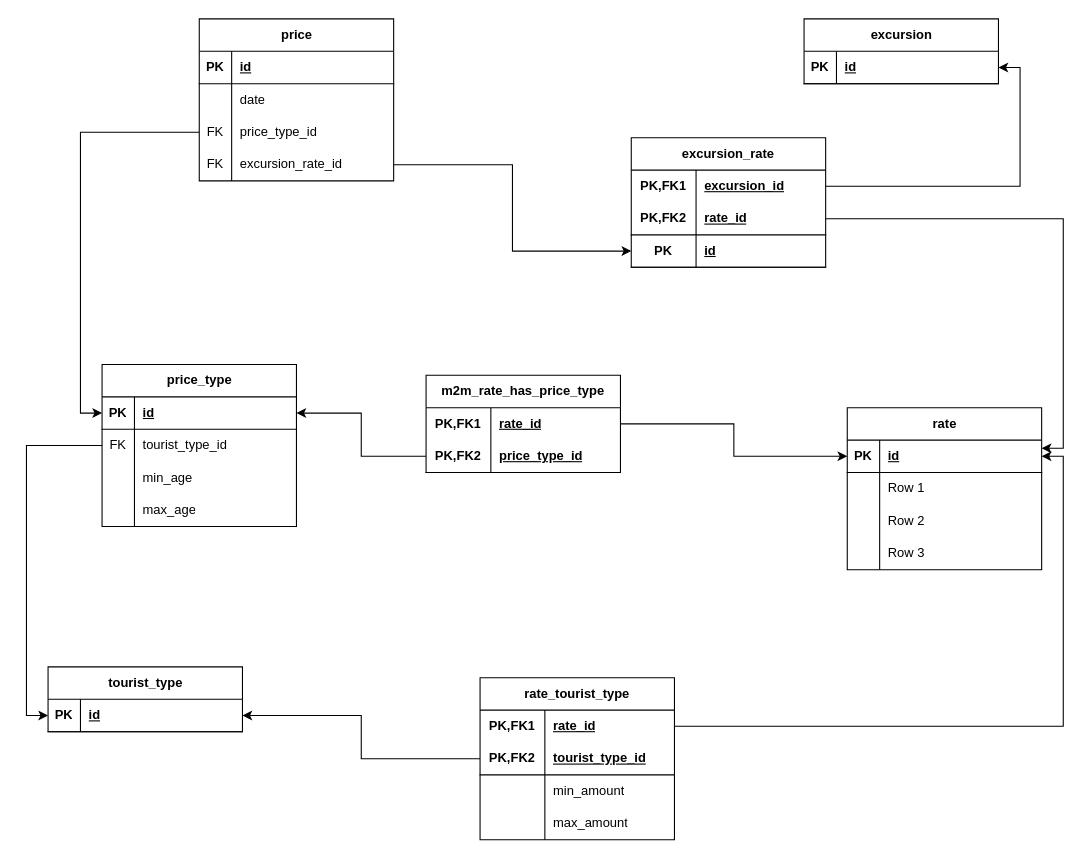
Above: include/Untitled Diagram.drawio in IlyaSubtilnyj/2KNIGHTS (draw.io), before the change. Source tidied: cells renumbered, new cells numbered last; positions are measured from the earlier drawing's top-left corner, leaving out a move shared by most shapes. Both pictures are drawn from the tidied source at 108%, with x=0, y=0 at pixel (48, 18).
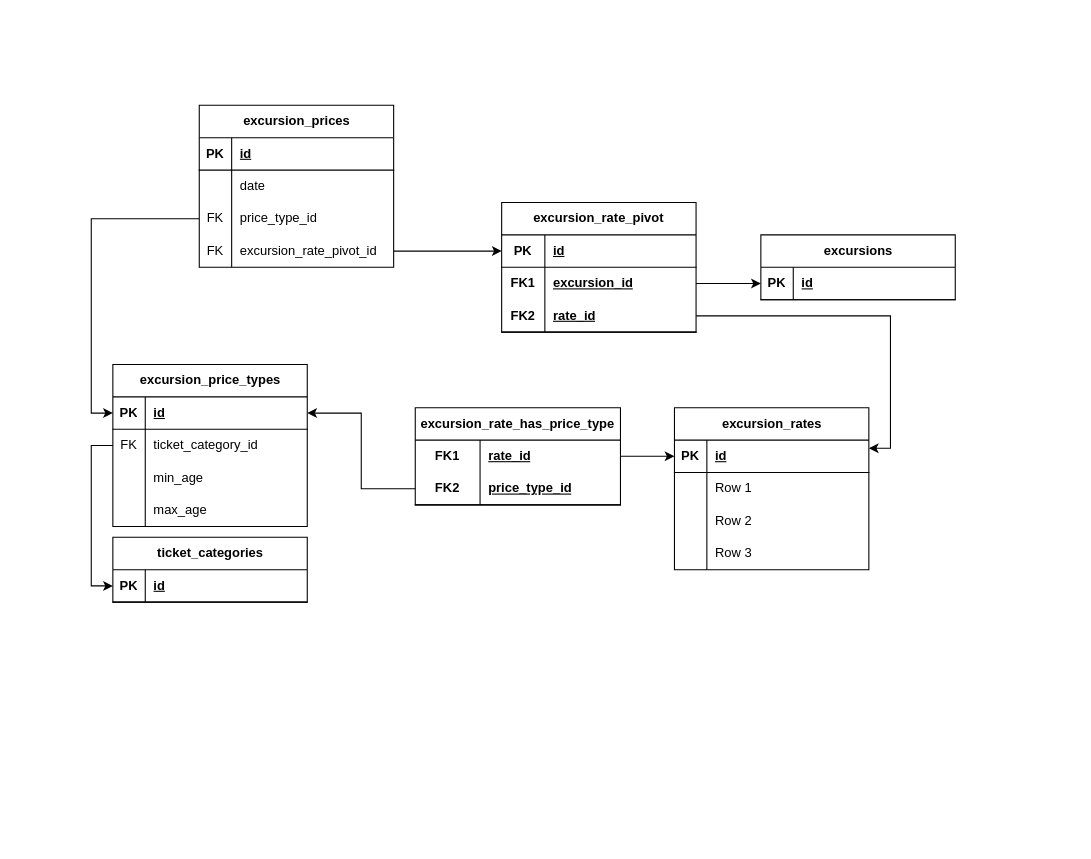
The same page after the edit.

The change refers to these unchanged cells:
```xml
<mxCell id="3" style="shape=tableRow;horizontal=0;startSize=0;swimlaneHead=0;swimlaneBody=0;fillColor=none;points=[[0,0.5],[1,0.5]];portConstraint=eastwest;top=0;left=0;right=0;bottom=1;" parent="2" vertex="1">
  <mxGeometry y="30" width="180" height="30" as="geometry" />
</mxCell>
<mxCell id="10" style="shape=tableRow;horizontal=0;startSize=0;swimlaneHead=0;swimlaneBody=0;fillColor=none;points=[[0,0.5],[1,0.5]];portConstraint=eastwest;top=0;left=0;right=0;bottom=0;" parent="6" vertex="1">
  <mxGeometry y="60" width="180" height="30" as="geometry" />
</mxCell>
<mxCell id="20" style="shape=tableRow;horizontal=0;startSize=0;swimlaneHead=0;swimlaneBody=0;fillColor=none;points=[[0,0.5],[1,0.5]];portConstraint=eastwest;top=0;left=0;right=0;bottom=1;" parent="19" vertex="1">
  <mxGeometry y="30" width="180" height="30" as="geometry" />
</mxCell>
<mxCell id="58" style="shape=tableRow;horizontal=0;startSize=0;swimlaneHead=0;swimlaneBody=0;fillColor=none;points=[[0,0.5],[1,0.5]];portConstraint=eastwest;top=0;left=0;right=0;bottom=1;" parent="57" vertex="1">
  <mxGeometry y="30" width="180" height="30" as="geometry" />
</mxCell>
<mxCell id="71" style="shape=tableRow;horizontal=0;startSize=0;swimlaneHead=0;swimlaneBody=0;fillColor=none;points=[[0,0.5],[1,0.5]];portConstraint=eastwest;top=0;left=0;right=0;bottom=0;" parent="61" vertex="1">
  <mxGeometry y="120" width="180" height="30" as="geometry" />
</mxCell>
```

Change to the diagram source:
```diff
@@
-    <mxCell id="2" value="tourist_type" style="shape=table;startSize=30;childLayout=tableLayout;rowLines=0;fontStyle=1;align=center;html=1;" parent="1" vertex="1">
-      <mxGeometry y="600" width="180" height="60" as="geometry" />
+    <mxCell id="2" value="ticket_categories" style="shape=table;startSize=30;childLayout=tableLayout;rowLines=0;fontStyle=1;align=center;html=1;" parent="1" vertex="1">
+      <mxGeometry x="60" y="480" width="180" height="60" as="geometry" />
     </mxCell>
@@
-    <mxCell id="6" value="price_type" style="shape=table;startSize=30;childLayout=tableLayout;rowLines=0;fontStyle=1;align=center;html=1;" parent="1" vertex="1">
-      <mxGeometry x="50" y="320" width="180" height="150" as="geometry" />
+    <mxCell id="6" value="excursion_price_types" style="shape=table;startSize=30;childLayout=tableLayout;rowLines=0;fontStyle=1;align=center;html=1;" parent="1" vertex="1">
+      <mxGeometry x="60" y="320" width="180" height="150" as="geometry" />
     </mxCell>
@@
-    <mxCell id="12" value="tourist_type_id" style="shape=partialRectangle;fillColor=none;top=0;left=0;bottom=0;right=0;align=left;spacingLeft=6;overflow=hidden;whiteSpace=wrap;html=1;" parent="10" vertex="1">
+    <mxCell id="12" value="ticket_category_id" style="shape=partialRectangle;fillColor=none;top=0;left=0;bottom=0;right=0;align=left;spacingLeft=6;overflow=hidden;whiteSpace=wrap;html=1;" parent="10" vertex="1">
       <mxGeometry x="30" width="150" height="30" as="geometry" />
     </mxCell>
@@
-    <mxCell id="19" value="rate" style="shape=table;startSize=30;childLayout=tableLayout;rowLines=0;fontStyle=1;align=center;html=1;" parent="1" vertex="1">
-      <mxGeometry x="740" y="360" width="180" height="150" as="geometry" />
+    <mxCell id="19" value="excursion_rates" style="shape=table;startSize=30;childLayout=tableLayout;rowLines=0;fontStyle=1;align=center;html=1;" parent="1" vertex="1">
+      <mxGeometry x="580" y="360" width="180" height="150" as="geometry" />
     </mxCell>
@@
-    <mxCell id="33" value="m2m_rate_has_price_type" style="shape=table;startSize=30;childLayout=tableLayout;rowLines=0;fontStyle=1;align=center;html=1;whiteSpace=wrap;" parent="1" vertex="1">
-      <mxGeometry x="350" y="330" width="180" height="90" as="geometry" />
+    <mxCell id="33" value="excursion_rate_has_price_type" style="shape=table;startSize=30;childLayout=tableLayout;rowLines=0;fontStyle=1;align=center;html=1;whiteSpace=wrap;" parent="1" vertex="1">
+      <mxGeometry x="340" y="360" width="190" height="90" as="geometry" />
     </mxCell>
     <mxCell id="34" style="shape=tableRow;horizontal=0;startSize=0;swimlaneHead=0;swimlaneBody=0;fillColor=none;points=[[0,0.5],[1,0.5]];portConstraint=eastwest;top=0;left=0;right=0;bottom=0;html=1;" parent="33" vertex="1">
-      <mxGeometry y="30" width="180" height="30" as="geometry" />
+      <mxGeometry y="30" width="190" height="30" as="geometry" />
     </mxCell>
-    <mxCell id="35" value="PK,FK1" style="shape=partialRectangle;fillColor=none;top=0;left=0;bottom=0;right=0;fontStyle=1;overflow=hidden;html=1;whiteSpace=wrap;" parent="34" vertex="1">
+    <mxCell id="35" value="FK1" style="shape=partialRectangle;fillColor=none;top=0;left=0;bottom=0;right=0;fontStyle=1;overflow=hidden;html=1;whiteSpace=wrap;" parent="34" vertex="1">
       <mxGeometry width="60" height="30" as="geometry" />
     </mxCell>
     <mxCell id="36" value="rate_id" style="shape=partialRectangle;fillColor=none;top=0;left=0;bottom=0;right=0;align=left;spacingLeft=6;fontStyle=5;overflow=hidden;html=1;whiteSpace=wrap;" parent="34" vertex="1">
-      <mxGeometry x="60" width="120" height="30" as="geometry" />
+      <mxGeometry x="60" width="130" height="30" as="geometry" />
     </mxCell>
     <mxCell id="37" style="shape=tableRow;horizontal=0;startSize=0;swimlaneHead=0;swimlaneBody=0;fillColor=none;points=[[0,0.5],[1,0.5]];portConstraint=eastwest;top=0;left=0;right=0;bottom=1;html=1;" parent="33" vertex="1">
-      <mxGeometry y="60" width="180" height="30" as="geometry" />
+      <mxGeometry y="60" width="190" height="30" as="geometry" />
     </mxCell>
-    <mxCell id="38" value="PK,FK2" style="shape=partialRectangle;fillColor=none;top=0;left=0;bottom=0;right=0;fontStyle=1;overflow=hidden;html=1;whiteSpace=wrap;" parent="37" vertex="1">
+    <mxCell id="38" value="FK2" style="shape=partialRectangle;fillColor=none;top=0;left=0;bottom=0;right=0;fontStyle=1;overflow=hidden;html=1;whiteSpace=wrap;" parent="37" vertex="1">
       <mxGeometry width="60" height="30" as="geometry" />
     </mxCell>
     <mxCell id="39" value="price_type_id" style="shape=partialRectangle;fillColor=none;top=0;left=0;bottom=0;right=0;align=left;spacingLeft=6;fontStyle=5;overflow=hidden;html=1;whiteSpace=wrap;" parent="37" vertex="1">
-      <mxGeometry x="60" width="120" height="30" as="geometry" />
+      <mxGeometry x="60" width="130" height="30" as="geometry" />
     </mxCell>
@@
-    <mxCell id="42" value="rate_tourist_type" style="shape=table;startSize=30;childLayout=tableLayout;rowLines=0;fontStyle=1;align=center;html=1;whiteSpace=wrap;" parent="1" vertex="1">
-      <mxGeometry x="400" y="610" width="180" height="150" as="geometry" />
-    </mxCell>
-    <mxCell id="43" style="shape=tableRow;horizontal=0;startSize=0;swimlaneHead=0;swimlaneBody=0;fillColor=none;points=[[0,0.5],[1,0.5]];portConstraint=eastwest;top=0;left=0;right=0;bottom=0;html=1;" parent="42" vertex="1">
-      <mxGeometry y="30" width="180" height="30" as="geometry" />
-    </mxCell>
-    <mxCell id="44" value="PK,FK1" style="shape=partialRectangle;fillColor=none;top=0;left=0;bottom=0;right=0;fontStyle=1;overflow=hidden;html=1;whiteSpace=wrap;" parent="43" vertex="1">
-      <mxGeometry width="60" height="30" as="geometry" />
-    </mxCell>
-    <mxCell id="45" value="rate_id" style="shape=partialRectangle;fillColor=none;top=0;left=0;bottom=0;right=0;align=left;spacingLeft=6;fontStyle=5;overflow=hidden;html=1;whiteSpace=wrap;" parent="43" vertex="1">
-      <mxGeometry x="60" width="120" height="30" as="geometry" />
-    </mxCell>
-    <mxCell id="46" style="shape=tableRow;horizontal=0;startSize=0;swimlaneHead=0;swimlaneBody=0;fillColor=none;points=[[0,0.5],[1,0.5]];portConstraint=eastwest;top=0;left=0;right=0;bottom=1;html=1;" parent="42" vertex="1">
-      <mxGeometry y="60" width="180" height="30" as="geometry" />
-    </mxCell>
-    <mxCell id="47" value="PK,FK2" style="shape=partialRectangle;fillColor=none;top=0;left=0;bottom=0;right=0;fontStyle=1;overflow=hidden;html=1;whiteSpace=wrap;" parent="46" vertex="1">
-      <mxGeometry width="60" height="30" as="geometry" />
-    </mxCell>
-    <mxCell id="48" value="tourist_type_id" style="shape=partialRectangle;fillColor=none;top=0;left=0;bottom=0;right=0;align=left;spacingLeft=6;fontStyle=5;overflow=hidden;html=1;whiteSpace=wrap;" parent="46" vertex="1">
-      <mxGeometry x="60" width="120" height="30" as="geometry" />
-    </mxCell>
-    <mxCell id="49" style="shape=tableRow;horizontal=0;startSize=0;swimlaneHead=0;swimlaneBody=0;fillColor=none;top=0;left=0;right=0;bottom=0;html=1;" parent="42" vertex="1">
-      <mxGeometry y="90" width="180" height="30" as="geometry" />
-    </mxCell>
-    <mxCell id="50" style="shape=partialRectangle;fillColor=none;top=0;left=0;bottom=0;right=0;overflow=hidden;html=1;whiteSpace=wrap;" parent="49" vertex="1">
-      <mxGeometry width="60" height="30" as="geometry" />
-    </mxCell>
-    <mxCell id="51" value="min_amount" style="shape=partialRectangle;fillColor=none;top=0;left=0;bottom=0;right=0;align=left;spacingLeft=6;overflow=hidden;html=1;whiteSpace=wrap;" parent="49" vertex="1">
-      <mxGeometry x="60" width="120" height="30" as="geometry" />
-    </mxCell>
-    <mxCell id="52" style="shape=tableRow;horizontal=0;startSize=0;swimlaneHead=0;swimlaneBody=0;fillColor=none;top=0;left=0;right=0;bottom=0;html=1;" parent="42" vertex="1">
-      <mxGeometry y="120" width="180" height="30" as="geometry" />
-    </mxCell>
-    <mxCell id="53" style="shape=partialRectangle;fillColor=none;top=0;left=0;bottom=0;right=0;overflow=hidden;html=1;whiteSpace=wrap;" parent="52" vertex="1">
-      <mxGeometry width="60" height="30" as="geometry" />
-    </mxCell>
-    <mxCell id="54" value="max_amount" style="shape=partialRectangle;fillColor=none;top=0;left=0;bottom=0;right=0;align=left;spacingLeft=6;overflow=hidden;html=1;whiteSpace=wrap;" parent="52" vertex="1">
-      <mxGeometry x="60" width="120" height="30" as="geometry" />
-    </mxCell>
-    <mxCell id="55" style="edgeStyle=orthogonalEdgeStyle;rounded=0;jettySize=auto;html=1;exitX=0;exitY=0.5;exitDx=0;exitDy=0;entryX=1;entryY=0.5;entryDx=0;entryDy=0;" parent="1" edge="1" source="46" target="3">
-      <mxGeometry relative="1" as="geometry" />
-    </mxCell>
-    <mxCell id="56" style="edgeStyle=orthogonalEdgeStyle;rounded=0;jettySize=auto;html=1;exitX=1;exitY=0.5;exitDx=0;exitDy=0;entryX=1;entryY=0.5;entryDx=0;entryDy=0;" parent="1" edge="1" source="43" target="20">
-      <mxGeometry relative="1" as="geometry" />
-    </mxCell>
-    <mxCell id="57" value="excursion" style="shape=table;startSize=30;childLayout=tableLayout;rowLines=0;fontStyle=1;align=center;html=1;" parent="1" vertex="1">
-      <mxGeometry x="700" width="180" height="60" as="geometry" />
+    <mxCell id="57" value="excursions" style="shape=table;startSize=30;childLayout=tableLayout;rowLines=0;fontStyle=1;align=center;html=1;" parent="1" vertex="1">
+      <mxGeometry x="660" y="200" width="180" height="60" as="geometry" />
     </mxCell>
@@
-    <mxCell id="61" value="price" style="shape=table;startSize=30;childLayout=tableLayout;rowLines=0;fontStyle=1;align=center;html=1;" parent="1" vertex="1">
-      <mxGeometry x="140" width="180" height="150" as="geometry" />
+    <mxCell id="61" value="excursion_prices" style="shape=table;startSize=30;childLayout=tableLayout;rowLines=0;fontStyle=1;align=center;html=1;" parent="1" vertex="1">
+      <mxGeometry x="140" y="80" width="180" height="150" as="geometry" />
     </mxCell>
@@
-    <mxCell id="73" value="excursion_rate_id" style="shape=partialRectangle;fillColor=none;top=0;left=0;bottom=0;right=0;align=left;spacingLeft=6;overflow=hidden;whiteSpace=wrap;html=1;" parent="71" vertex="1">
+    <mxCell id="73" value="excursion_rate_pivot_id" style="shape=partialRectangle;fillColor=none;top=0;left=0;bottom=0;right=0;align=left;spacingLeft=6;overflow=hidden;whiteSpace=wrap;html=1;" parent="71" vertex="1">
       <mxGeometry x="30" width="150" height="30" as="geometry" />
     </mxCell>
-    <mxCell id="74" style="edgeStyle=orthogonalEdgeStyle;rounded=0;jettySize=auto;html=1;exitX=1;exitY=0.5;exitDx=0;exitDy=0;entryX=1;entryY=0.75;entryDx=0;entryDy=0;" parent="1" edge="1" source="76" target="57">
+    <mxCell id="74" style="edgeStyle=orthogonalEdgeStyle;rounded=0;jettySize=auto;html=1;exitX=1;exitY=0.5;exitDx=0;exitDy=0;entryX=0;entryY=0.5;entryDx=0;entryDy=0;" parent="1" edge="1" source="76" target="58">
       <mxGeometry relative="1" as="geometry" />
     </mxCell>
-    <mxCell id="75" value="excursion_rate" style="shape=table;startSize=30;childLayout=tableLayout;rowLines=0;fontStyle=1;align=center;html=1;whiteSpace=wrap;" parent="1" vertex="1">
-      <mxGeometry x="540" y="110" width="180" height="120" as="geometry" />
+    <mxCell id="75" value="excursion_rate_pivot" style="shape=table;startSize=30;childLayout=tableLayout;rowLines=0;fontStyle=1;align=center;html=1;whiteSpace=wrap;" parent="1" vertex="1">
+      <mxGeometry x="420" y="170" width="180" height="120" as="geometry" />
     </mxCell>
+    <mxCell id="82" style="shape=tableRow;horizontal=0;startSize=0;swimlaneHead=0;swimlaneBody=0;fillColor=none;points=[[0,0.5],[1,0.5]];portConstraint=eastwest;top=0;left=0;right=0;bottom=1;html=1;" parent="75" vertex="1">
+      <mxGeometry y="30" width="180" height="30" as="geometry" />
+    </mxCell>
+    <mxCell id="83" value="PK" style="shape=partialRectangle;fillColor=none;top=0;left=0;bottom=0;right=0;fontStyle=1;overflow=hidden;html=1;whiteSpace=wrap;" parent="82" vertex="1">
+      <mxGeometry width="40" height="30" as="geometry" />
+    </mxCell>
+    <mxCell id="84" value="id" style="shape=partialRectangle;fillColor=none;top=0;left=0;bottom=0;right=0;align=left;spacingLeft=6;fontStyle=5;overflow=hidden;html=1;whiteSpace=wrap;" parent="82" vertex="1">
+      <mxGeometry x="40" width="140" height="30" as="geometry" />
+    </mxCell>
     <mxCell id="76" style="shape=tableRow;horizontal=0;startSize=0;swimlaneHead=0;swimlaneBody=0;fillColor=none;points=[[0,0.5],[1,0.5]];portConstraint=eastwest;top=0;left=0;right=0;bottom=0;html=1;" parent="75" vertex="1">
-      <mxGeometry y="30" width="180" height="30" as="geometry" />
+      <mxGeometry y="60" width="180" height="30" as="geometry" />
     </mxCell>
-    <mxCell id="77" value="PK,FK1" style="shape=partialRectangle;fillColor=none;top=0;left=0;bottom=0;right=0;fontStyle=1;overflow=hidden;html=1;whiteSpace=wrap;" parent="76" vertex="1">
-      <mxGeometry width="60" height="30" as="geometry" />
+    <mxCell id="77" value="FK1" style="shape=partialRectangle;fillColor=none;top=0;left=0;bottom=0;right=0;fontStyle=1;overflow=hidden;html=1;whiteSpace=wrap;" parent="76" vertex="1">
+      <mxGeometry width="40" height="30" as="geometry" />
     </mxCell>
     <mxCell id="78" value="excursion_id" style="shape=partialRectangle;fillColor=none;top=0;left=0;bottom=0;right=0;align=left;spacingLeft=6;fontStyle=5;overflow=hidden;html=1;whiteSpace=wrap;" parent="76" vertex="1">
-      <mxGeometry x="60" width="120" height="30" as="geometry" />
+      <mxGeometry x="40" width="140" height="30" as="geometry" />
     </mxCell>
     <mxCell id="79" style="shape=tableRow;horizontal=0;startSize=0;swimlaneHead=0;swimlaneBody=0;fillColor=none;points=[[0,0.5],[1,0.5]];portConstraint=eastwest;top=0;left=0;right=0;bottom=1;html=1;" parent="75" vertex="1">
-      <mxGeometry y="60" width="180" height="30" as="geometry" />
+      <mxGeometry y="90" width="180" height="30" as="geometry" />
     </mxCell>
-    <mxCell id="80" value="PK,FK2" style="shape=partialRectangle;fillColor=none;top=0;left=0;bottom=0;right=0;fontStyle=1;overflow=hidden;html=1;whiteSpace=wrap;" parent="79" vertex="1">
-      <mxGeometry width="60" height="30" as="geometry" />
+    <mxCell id="80" value="FK2" style="shape=partialRectangle;fillColor=none;top=0;left=0;bottom=0;right=0;fontStyle=1;overflow=hidden;html=1;whiteSpace=wrap;" parent="79" vertex="1">
+      <mxGeometry width="40" height="30" as="geometry" />
     </mxCell>
     <mxCell id="81" value="rate_id" style="shape=partialRectangle;fillColor=none;top=0;left=0;bottom=0;right=0;align=left;spacingLeft=6;fontStyle=5;overflow=hidden;html=1;whiteSpace=wrap;" parent="79" vertex="1">
-      <mxGeometry x="60" width="120" height="30" as="geometry" />
+      <mxGeometry x="40" width="140" height="30" as="geometry" />
     </mxCell>
-    <mxCell id="82" style="shape=tableRow;horizontal=0;startSize=0;swimlaneHead=0;swimlaneBody=0;fillColor=none;points=[[0,0.5],[1,0.5]];portConstraint=eastwest;top=0;left=0;right=0;bottom=1;html=1;" parent="75" vertex="1">
-      <mxGeometry y="90" width="180" height="30" as="geometry" />
-    </mxCell>
-    <mxCell id="83" value="PK" style="shape=partialRectangle;fillColor=none;top=0;left=0;bottom=0;right=0;fontStyle=1;overflow=hidden;html=1;whiteSpace=wrap;" parent="82" vertex="1">
-      <mxGeometry width="60" height="30" as="geometry" />
-    </mxCell>
-    <mxCell id="84" value="id" style="shape=partialRectangle;fillColor=none;top=0;left=0;bottom=0;right=0;align=left;spacingLeft=6;fontStyle=5;overflow=hidden;html=1;whiteSpace=wrap;" parent="82" vertex="1">
-      <mxGeometry x="60" width="120" height="30" as="geometry" />
-    </mxCell>
```
